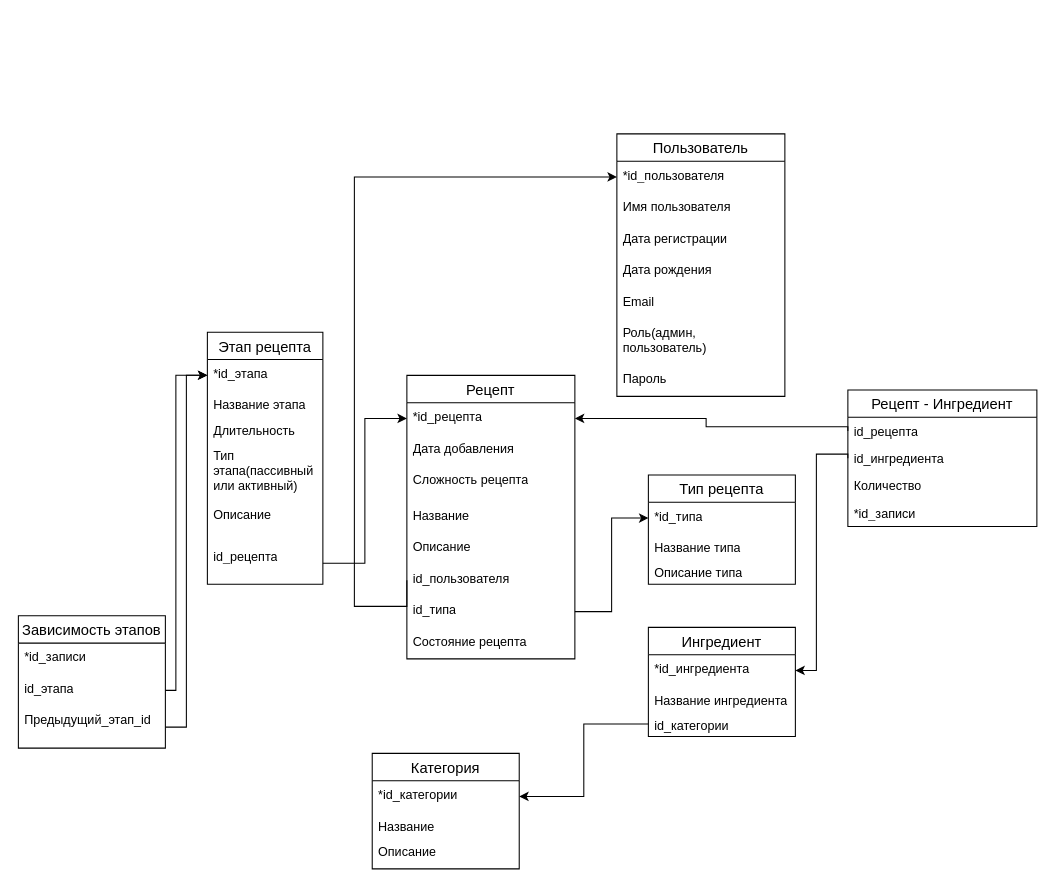
pestlain34/A_Graph-Based_System_for_Intelligent_Culinary_Process_Sequencing keeps this draw.io diagram as doc/relational.drawio. Above is the earlier version. Source tidied: cells renumbered, new cells numbered last; positions are measured from the earlier drawing's top-left corner, leaving out a move shared by most shapes. Both pictures are drawn from the tidied source at 105%, with x=0, y=0 at pixel (18, 133).
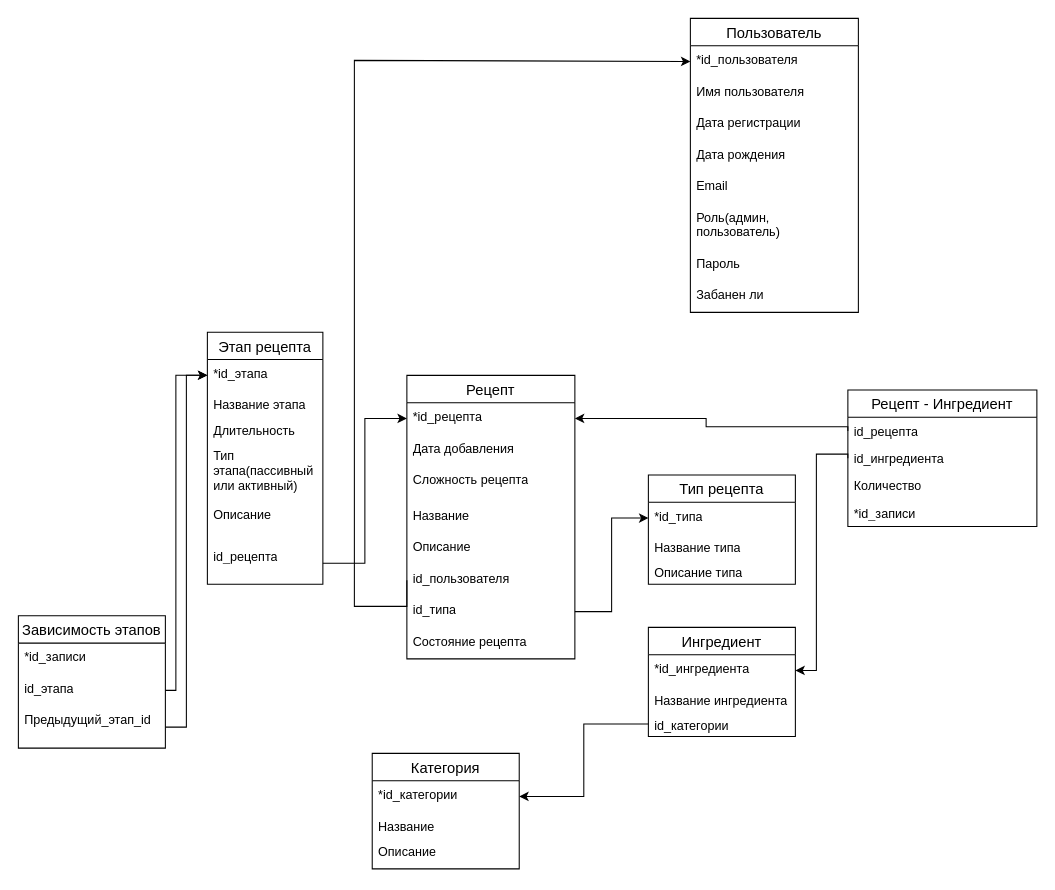
The same diagram, later.

The change refers to these unchanged cells:
```xml
<mxCell id="3" value="*id_пользователя" style="text;strokeColor=none;fillColor=none;spacingLeft=4;spacingRight=4;overflow=hidden;points=[[0,0.5],[1,0.5]];portConstraint=eastwest;fontSize=12;whiteSpace=wrap;html=1;" parent="2" vertex="1">
  <mxGeometry y="26" width="160" height="30" as="geometry" />
</mxCell>
<mxCell id="16" value="id_пользователя" style="text;strokeColor=none;fillColor=none;spacingLeft=4;spacingRight=4;overflow=hidden;points=[[0,0.5],[1,0.5]];portConstraint=eastwest;fontSize=12;whiteSpace=wrap;html=1;" parent="10" vertex="1">
  <mxGeometry y="180" width="160" height="30" as="geometry" />
</mxCell>
```

What changed in the source:
```diff
@@
     <mxCell id="2" value="Пользователь" style="swimlane;fontStyle=0;horizontal=1;startSize=26;align=center;fontSize=14;" parent="1" vertex="1">
-      <mxGeometry x="570" width="160" height="250" as="geometry" />
+      <mxGeometry x="640" y="-110" width="160" height="280" as="geometry" />
     </mxCell>
@@
+    <mxCell id="55" value="Забанен ли" style="text;strokeColor=none;fillColor=none;spacingLeft=4;spacingRight=4;overflow=hidden;fontSize=12;whiteSpace=wrap;html=1;" parent="2" vertex="1">
+      <mxGeometry y="250" width="160" height="30" as="geometry" />
+    </mxCell>
@@
     <mxCell id="43" style="edgeStyle=orthogonalEdgeStyle;rounded=0;jettySize=auto;html=1;exitX=0;exitY=0.5;exitDx=0;exitDy=0;entryX=0;entryY=0.5;entryDx=0;entryDy=0;" parent="1" edge="1" source="16" target="3">
       <mxGeometry relative="1" as="geometry">
         <Array as="points">
           <mxPoint x="370" y="450" />
           <mxPoint x="320" y="450" />
-          <mxPoint x="320" y="41" />
+          <mxPoint x="320" y="-70" />
         </Array>
       </mxGeometry>
     </mxCell>
```
